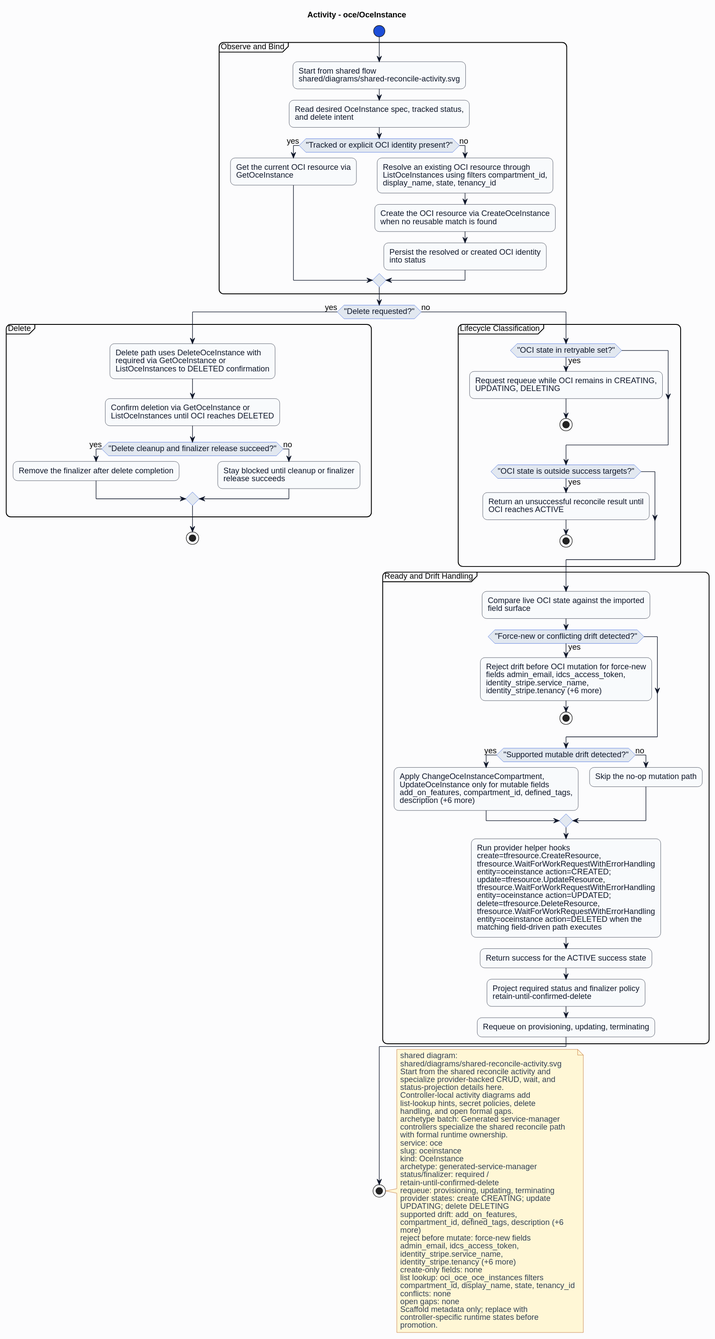
HaoyL666/oci-service-operator keeps this PlantUML diagram as formal/controllers/oce/oceinstance/diagrams/activity.svg. Above is the earlier version. Its diagram source:
```plantuml
@startuml
skinparam shadowing false
skinparam backgroundColor #fcfcfd
skinparam defaultFontName Helvetica
skinparam defaultFontSize 14
skinparam arrowColor #0f172a
skinparam noteBackgroundColor #fff7d6
skinparam noteBorderColor #b45309
skinparam noteFontColor #334155
skinparam roundcorner 16
title Activity - oce/OceInstance
skinparam activity {
  backgroundColor #f8fafc
  borderColor #0f172a
  fontColor #0f172a
  diamondBackgroundColor #e2e8f0
  diamondBorderColor #1d4ed8
  diamondFontColor #0f172a
  startColor #1d4ed8
  endColor #0f172a
  barColor #1d4ed8
}
start
partition "Observe and Bind" {
:Start from shared flow\nshared/diagrams/shared-reconcile-activity.svg;
:Read desired OceInstance spec, tracked status,\nand delete intent;
if ("Tracked or explicit OCI identity present?") then (yes)
:Get the current OCI resource via\nGetOceInstance;
else (no)
:Resolve an existing OCI resource through\nListOceInstances using filters compartment_id,\ndisplay_name, state, tenancy_id;
:Create the OCI resource via CreateOceInstance\nwhen no reusable match is found;
:Persist the resolved or created OCI identity\ninto status;
endif
}
if ("Delete requested?") then (yes)
partition "Delete" {
:Delete path uses DeleteOceInstance with\nrequired via GetOceInstance or\nListOceInstances to DELETED confirmation;
:Confirm deletion via GetOceInstance or\nListOceInstances until OCI reaches DELETED;
if ("Delete cleanup and finalizer release succeed?") then (yes)
:Remove the finalizer after delete completion;
else (no)
:Stay blocked until cleanup or finalizer\nrelease succeeds;
endif
}
stop
else (no)
partition "Lifecycle Classification" {
if ("OCI state in retryable set?") then (yes)
:Request requeue while OCI remains in CREATING,\nUPDATING, DELETING;
stop
endif
if ("OCI state is outside success targets?") then (yes)
:Return an unsuccessful reconcile result until\nOCI reaches ACTIVE;
stop
endif
}
partition "Ready and Drift Handling" {
:Compare live OCI state against the imported\nfield surface;
if ("Force-new or conflicting drift detected?") then (yes)
:Reject drift before OCI mutation for force-new\nfields admin_email, idcs_access_token,\nidentity_stripe.service_name,\nidentity_stripe.tenancy (+6 more);
stop
endif
if ("Supported mutable drift detected?") then (yes)
:Apply ChangeOceInstanceCompartment,\nUpdateOceInstance only for mutable fields\nadd_on_features, compartment_id, defined_tags,\ndescription (+6 more);
else (no)
:Skip the no-op mutation path;
endif
:Run provider helper hooks\ncreate=tfresource.CreateResource,\ntfresource.WaitForWorkRequestWithErrorHandling\nentity=oceinstance action=CREATED;\nupdate=tfresource.UpdateResource,\ntfresource.WaitForWorkRequestWithErrorHandling\nentity=oceinstance action=UPDATED;\ndelete=tfresource.DeleteResource,\ntfresource.WaitForWorkRequestWithErrorHandling\nentity=oceinstance action=DELETED when the\nmatching field-driven path executes;
:Return success for the ACTIVE success state;
:Project required status and finalizer policy\nretain-until-confirmed-delete;
:Requeue on provisioning, updating, terminating;
}
endif
stop
note right
shared diagram:
shared/diagrams/shared-reconcile-activity.svg
Start from the shared reconcile activity and
specialize provider-backed CRUD, wait, and
status-projection details here.
Controller-local activity diagrams add
list-lookup hints, secret policies, delete
handling, and open formal gaps.
archetype batch: Generated service-manager
controllers specialize the shared reconcile path
with formal runtime ownership.
service: oce
slug: oceinstance
kind: OceInstance
archetype: generated-service-manager
status/finalizer: required /
retain-until-confirmed-delete
requeue: provisioning, updating, terminating
provider states: create CREATING; update
UPDATING; delete DELETING
supported drift: add_on_features,
compartment_id, defined_tags, description (+6
more)
reject before mutate: force-new fields
admin_email, idcs_access_token,
identity_stripe.service_name,
identity_stripe.tenancy (+6 more)
create-only fields: none
list lookup: oci_oce_oce_instances filters
compartment_id, display_name, state, tenancy_id
conflicts: none
open gaps: none
Scaffold metadata only; replace with
controller-specific runtime states before
promotion.
end note
@enduml
```
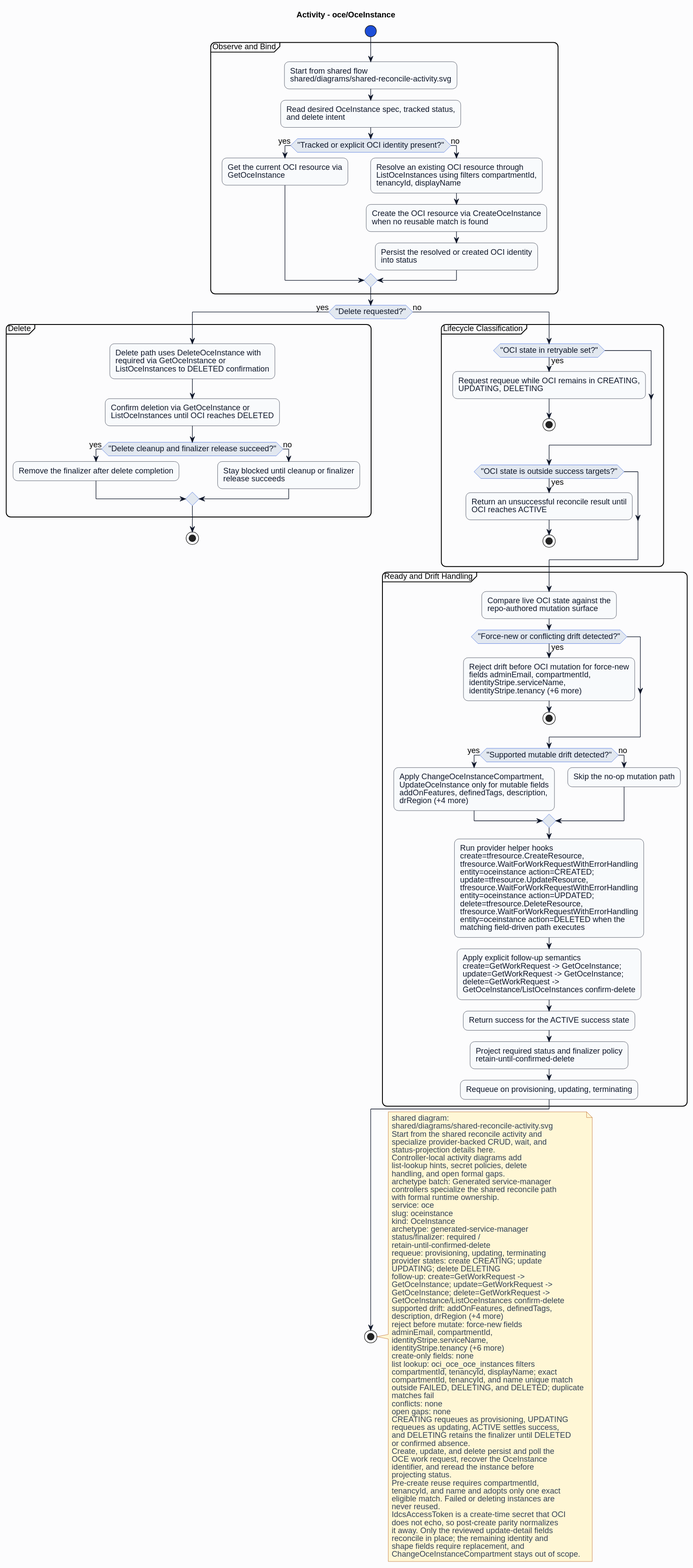
The same diagram one commit later.

The edit, as a diff of the source:
```diff
@@ -27,7 +27,7 @@
 if ("Tracked or explicit OCI identity present?") then (yes)
 :Get the current OCI resource via\nGetOceInstance;
 else (no)
-:Resolve an existing OCI resource through\nListOceInstances using filters compartment_id,\ndisplay_name, state, tenancy_id;
+:Resolve an existing OCI resource through\nListOceInstances using filters compartmentId,\ntenancyId, displayName;
 :Create the OCI resource via CreateOceInstance\nwhen no reusable match is found;
 :Persist the resolved or created OCI identity\ninto status;
 endif
@@ -55,17 +55,18 @@
 endif
 }
 partition "Ready and Drift Handling" {
-:Compare live OCI state against the imported\nfield surface;
+:Compare live OCI state against the\nrepo-authored mutation surface;
 if ("Force-new or conflicting drift detected?") then (yes)
-:Reject drift before OCI mutation for force-new\nfields admin_email, idcs_access_token,\nidentity_stripe.service_name,\nidentity_stripe.tenancy (+6 more);
+:Reject drift before OCI mutation for force-new\nfields adminEmail, compartmentId,\nidentityStripe.serviceName,\nidentityStripe.tenancy (+6 more);
 stop
 endif
 if ("Supported mutable drift detected?") then (yes)
-:Apply ChangeOceInstanceCompartment,\nUpdateOceInstance only for mutable fields\nadd_on_features, compartment_id, defined_tags,\ndescription (+6 more);
+:Apply ChangeOceInstanceCompartment,\nUpdateOceInstance only for mutable fields\naddOnFeatures, definedTags, description,\ndrRegion (+4 more);
 else (no)
 :Skip the no-op mutation path;
 endif
 :Run provider helper hooks\ncreate=tfresource.CreateResource,\ntfresource.WaitForWorkRequestWithErrorHandling\nentity=oceinstance action=CREATED;\nupdate=tfresource.UpdateResource,\ntfresource.WaitForWorkRequestWithErrorHandling\nentity=oceinstance action=UPDATED;\ndelete=tfresource.DeleteResource,\ntfresource.WaitForWorkRequestWithErrorHandling\nentity=oceinstance action=DELETED when the\nmatching field-driven path executes;
+:Apply explicit follow-up semantics\ncreate=GetWorkRequest -> GetOceInstance;\nupdate=GetWorkRequest -> GetOceInstance;\ndelete=GetWorkRequest ->\nGetOceInstance/ListOceInstances confirm-delete;
 :Return success for the ACTIVE success state;
 :Project required status and finalizer policy\nretain-until-confirmed-delete;
 :Requeue on provisioning, updating, terminating;
@@ -93,20 +94,41 @@
 requeue: provisioning, updating, terminating
 provider states: create CREATING; update
 UPDATING; delete DELETING
-supported drift: add_on_features,
-compartment_id, defined_tags, description (+6
-more)
+follow-up: create=GetWorkRequest ->
+GetOceInstance; update=GetWorkRequest ->
+GetOceInstance; delete=GetWorkRequest ->
+GetOceInstance/ListOceInstances confirm-delete
+supported drift: addOnFeatures, definedTags,
+description, drRegion (+4 more)
 reject before mutate: force-new fields
-admin_email, idcs_access_token,
-identity_stripe.service_name,
-identity_stripe.tenancy (+6 more)
+adminEmail, compartmentId,
+identityStripe.serviceName,
+identityStripe.tenancy (+6 more)
 create-only fields: none
 list lookup: oci_oce_oce_instances filters
-compartment_id, display_name, state, tenancy_id
+compartmentId, tenancyId, displayName; exact
+compartmentId, tenancyId, and name unique match
+outside FAILED, DELETING, and DELETED; duplicate
+matches fail
 conflicts: none
 open gaps: none
-Scaffold metadata only; replace with
-controller-specific runtime states before
-promotion.
+CREATING requeues as provisioning, UPDATING
+requeues as updating, ACTIVE settles success,
+and DELETING retains the finalizer until DELETED
+or confirmed absence.
+Create, update, and delete persist and poll the
+OCE work request, recover the OceInstance
+identifier, and reread the instance before
+projecting status.
+Pre-create reuse requires compartmentId,
+tenancyId, and name and adopts only one exact
+eligible match. Failed or deleting instances are
+never reused.
+IdcsAccessToken is a create-time secret that OCI
+does not echo, so post-create parity normalizes
+it away. Only the reviewed update-detail fields
+reconcile in place; the remaining identity and
+shape fields require replacement, and
+ChangeOceInstanceCompartment stays out of scope.
 end note
 @enduml
```
